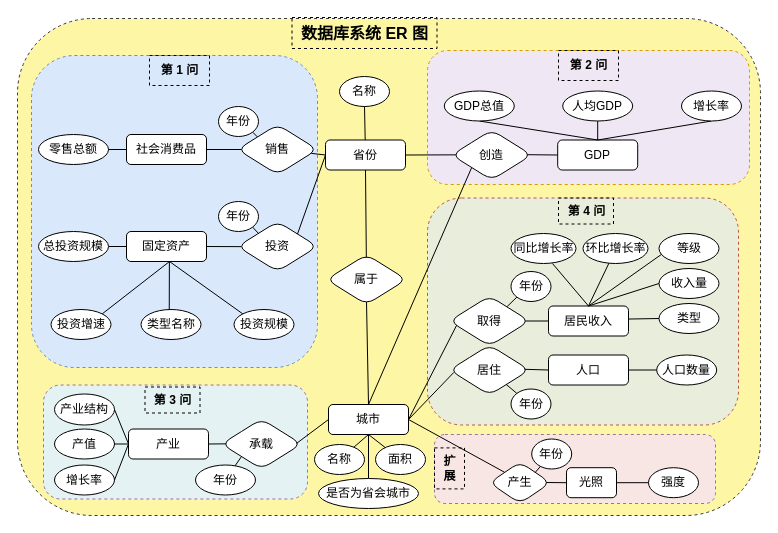
Above: page "第 1 页" (1 of 2) of ER_Charts/total.drawio in li-zane/SQLHomeWork (draw.io), before the change. Source tidied: cells renumbered, new cells numbered last; positions are measured from the earlier drawing's top-left corner, leaving out a move shared by most shapes. Both pictures are drawn from the tidied source at 100%, with x=0, y=0 at pixel (17, 17).
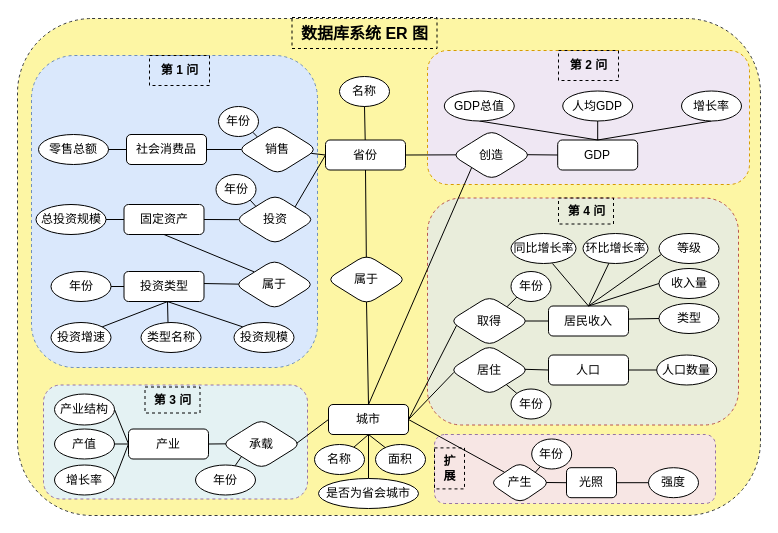
The same diagram, later.

Change to the diagram source:
```diff
@@
     <mxCell id="20" value="投资" style="rhombus;whiteSpace=wrap;html=1;rounded=1;" parent="1" vertex="1">
-      <mxGeometry x="220" y="204" width="80" height="50" as="geometry" />
+      <mxGeometry x="217.5" y="177" width="80" height="50" as="geometry" />
     </mxCell>
@@
+    <mxCell id="105" style="rounded=0;jettySize=auto;html=1;exitX=0.5;exitY=1;exitDx=0;exitDy=0;entryX=0;entryY=0;entryDx=0;entryDy=0;endArrow=none;endFill=0;" parent="1" edge="1" source="23" target="108">
+      <mxGeometry relative="1" as="geometry" />
+    </mxCell>
     <mxCell id="23" value="固定资产" style="rounded=1;whiteSpace=wrap;html=1;" parent="1" vertex="1">
-      <mxGeometry x="109" y="214" width="80" height="30" as="geometry" />
+      <mxGeometry x="106.5" y="187" width="80" height="30" as="geometry" />
     </mxCell>
@@
     <mxCell id="27" value="总投资规模" style="ellipse;whiteSpace=wrap;html=1;rounded=1;" parent="1" vertex="1">
-      <mxGeometry x="21" y="214" width="70" height="30" as="geometry" />
+      <mxGeometry x="18.5" y="187" width="70" height="30" as="geometry" />
     </mxCell>
+    <mxCell id="106" style="rounded=0;orthogonalLoop=1;jettySize=auto;html=1;exitX=0.5;exitY=0;exitDx=0;exitDy=0;entryX=0.5;entryY=1;entryDx=0;entryDy=0;endArrow=none;endFill=0;" parent="1" edge="1">
+      <mxGeometry relative="1" as="geometry">
+        <mxPoint x="150.5" y="305" as="sourcePoint" />
+        <mxPoint x="150" y="284" as="targetPoint" />
+      </mxGeometry>
+    </mxCell>
     <mxCell id="28" value="类型名称" style="ellipse;whiteSpace=wrap;html=1;rounded=1;" parent="1" vertex="1">
-      <mxGeometry x="123.5" y="292" width="60" height="30" as="geometry" />
+      <mxGeometry x="123.5" y="305" width="60" height="30" as="geometry" />
     </mxCell>
     <mxCell id="29" value="投资规模" style="ellipse;whiteSpace=wrap;html=1;rounded=1;" parent="1" vertex="1">
-      <mxGeometry x="216.5" y="292" width="60" height="30" as="geometry" />
+      <mxGeometry x="216.5" y="305" width="60" height="30" as="geometry" />
     </mxCell>
     <mxCell id="30" value="投资增速" style="ellipse;whiteSpace=wrap;html=1;rounded=1;" parent="1" vertex="1">
-      <mxGeometry x="33.5" y="292" width="60" height="30" as="geometry" />
+      <mxGeometry x="33.5" y="305" width="60" height="30" as="geometry" />
     </mxCell>
@@
-    <mxCell id="73" style="rounded=0;jettySize=auto;html=1;exitX=1;exitY=0;exitDx=0;exitDy=0;endArrow=none;endFill=0;entryX=0.5;entryY=1;entryDx=0;entryDy=0;" parent="1" edge="1" source="30" target="23">
-      <mxGeometry relative="1" as="geometry">
-        <Array as="points">
-          <mxPoint x="152" y="244" />
-        </Array>
-      </mxGeometry>
-    </mxCell>
-    <mxCell id="74" style="rounded=0;jettySize=auto;html=1;exitX=0;exitY=0;exitDx=0;exitDy=0;endArrow=none;endFill=0;" parent="1" edge="1" source="29">
-      <mxGeometry relative="1" as="geometry">
-        <mxPoint x="152" y="244" as="targetPoint" />
-      </mxGeometry>
-    </mxCell>
-    <mxCell id="75" style="rounded=0;jettySize=auto;html=1;endArrow=none;endFill=0;exitX=0.471;exitY=0.009;exitDx=0;exitDy=0;exitPerimeter=0;entryX=0.536;entryY=0.997;entryDx=0;entryDy=0;entryPerimeter=0;" parent="1" edge="1" source="28" target="23">
-      <mxGeometry relative="1" as="geometry" />
-    </mxCell>
@@
     <mxCell id="94" style="rounded=0;jettySize=auto;html=1;exitX=1;exitY=1;exitDx=0;exitDy=0;endArrow=none;endFill=0;" parent="1" edge="1" source="95">
       <mxGeometry relative="1" as="geometry">
-        <mxPoint x="241" y="216" as="targetPoint" />
+        <mxPoint x="238.5" y="189" as="targetPoint" />
       </mxGeometry>
     </mxCell>
     <mxCell id="95" value="年份" style="ellipse;whiteSpace=wrap;html=1;rounded=1;" parent="1" vertex="1">
-      <mxGeometry x="201" y="184" width="40" height="30" as="geometry" />
+      <mxGeometry x="198.5" y="157" width="40" height="30" as="geometry" />
     </mxCell>
@@
+    <mxCell id="107" style="rounded=0;jettySize=auto;html=1;exitX=0.061;exitY=0.493;exitDx=0;exitDy=0;entryX=0.992;entryY=0.401;entryDx=0;entryDy=0;endArrow=none;endFill=0;exitPerimeter=0;entryPerimeter=0;" parent="1" edge="1" source="108" target="109">
+      <mxGeometry relative="1" as="geometry" />
+    </mxCell>
+    <mxCell id="108" value="属于" style="rhombus;whiteSpace=wrap;html=1;rounded=1;" parent="1" vertex="1">
+      <mxGeometry x="217" y="242" width="80" height="50" as="geometry" />
+    </mxCell>
+    <mxCell id="109" value="投资类型" style="rounded=1;whiteSpace=wrap;html=1;" parent="1" vertex="1">
+      <mxGeometry x="106.5" y="254" width="80" height="30" as="geometry" />
+    </mxCell>
+    <mxCell id="110" style="rounded=0;jettySize=auto;html=1;exitX=1;exitY=0;exitDx=0;exitDy=0;entryX=0.544;entryY=1.004;entryDx=0;entryDy=0;entryPerimeter=0;endArrow=none;endFill=0;" parent="1" edge="1" source="30" target="109">
+      <mxGeometry relative="1" as="geometry" />
+    </mxCell>
+    <mxCell id="111" style="rounded=0;jettySize=auto;html=1;exitX=0;exitY=0;exitDx=0;exitDy=0;entryX=0.549;entryY=1.008;entryDx=0;entryDy=0;entryPerimeter=0;endArrow=none;endFill=0;" parent="1" edge="1" source="29" target="109">
+      <mxGeometry relative="1" as="geometry" />
+    </mxCell>
+    <mxCell id="112" style="rounded=0;jettySize=auto;html=1;exitX=1;exitY=0.5;exitDx=0;exitDy=0;entryX=0;entryY=0.5;entryDx=0;entryDy=0;endArrow=none;endFill=0;" parent="1" edge="1" source="113" target="109">
+      <mxGeometry relative="1" as="geometry" />
+    </mxCell>
+    <mxCell id="113" value="年份" style="ellipse;whiteSpace=wrap;html=1;rounded=1;" parent="1" vertex="1">
+      <mxGeometry x="33.5" y="254" width="60" height="30" as="geometry" />
+    </mxCell>
```
